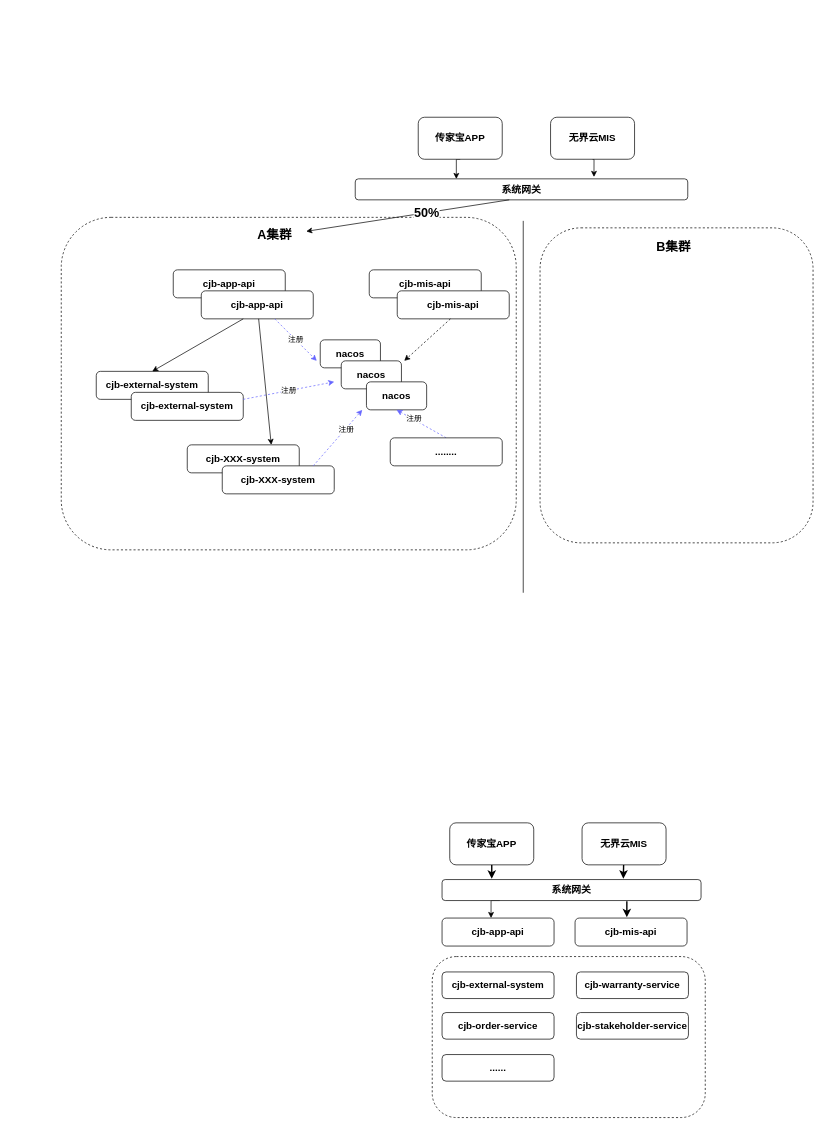
The draw.io diagram devops_cjb.drawio in jmy99527/chapter1, before the edit. Source tidied: cells renumbered, new cells numbered last; positions are measured from the earlier drawing's top-left corner, leaving out a move shared by most shapes. Both pictures are drawn from the tidied source at 70%, with x=0, y=0 at pixel (61, 117).
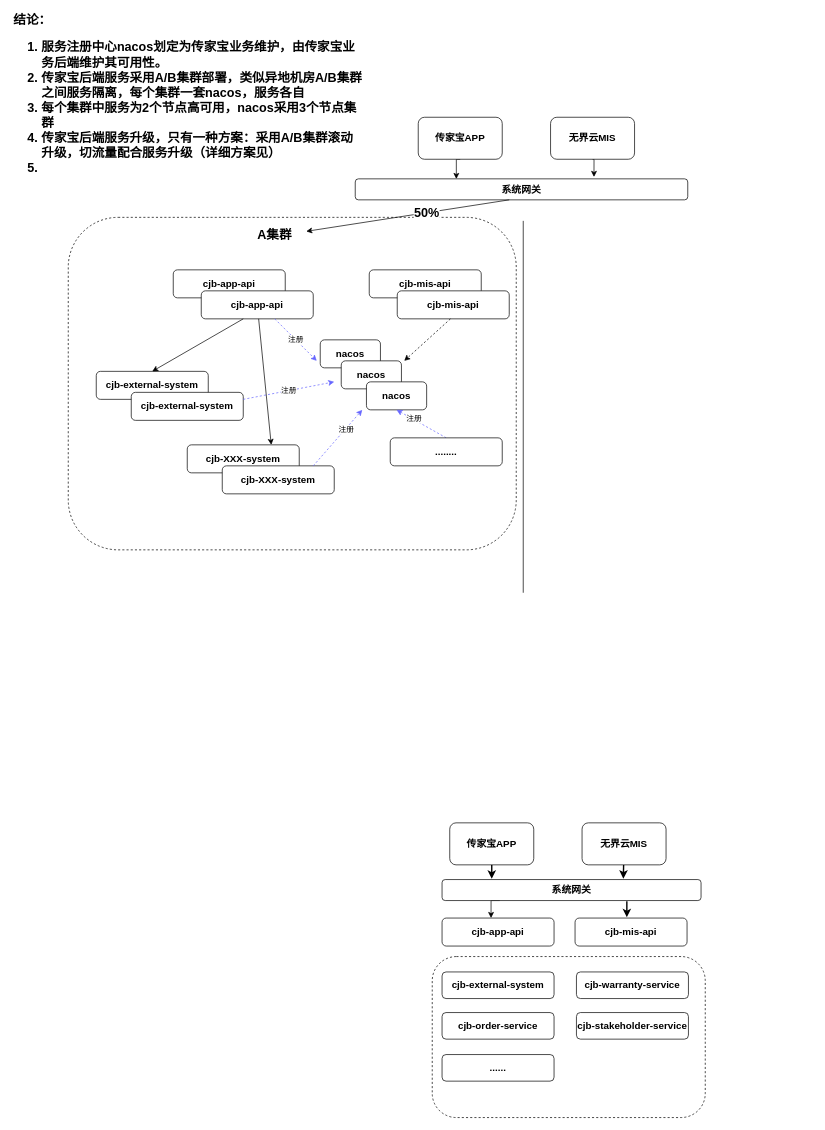
The same diagram, later.

What changed in the source:
```diff
@@
-    <mxCell id="2" value="&lt;span style=&quot;font-size: 14px&quot;&gt;&lt;b&gt;&lt;br&gt;&lt;/b&gt;&lt;/span&gt;" style="rounded=1;whiteSpace=wrap;html=1;dashed=1;" parent="1" vertex="1">
-      <mxGeometry x="684" y="158" width="390" height="450" as="geometry" />
-    </mxCell>
     <mxCell id="3" value="&lt;span style=&quot;font-size: 14px&quot;&gt;&lt;b&gt;&lt;br&gt;&lt;/b&gt;&lt;/span&gt;" style="rounded=1;whiteSpace=wrap;html=1;dashed=1;" parent="1" vertex="1">
-      <mxGeometry y="143" width="650" height="475" as="geometry" />
+      <mxGeometry x="10" y="143" width="640" height="475" as="geometry" />
     </mxCell>
@@
-    <mxCell id="25" value="&lt;b&gt;&lt;font style=&quot;font-size: 18px&quot;&gt;B集群&lt;/font&gt;&lt;/b&gt;" style="text;html=1;strokeColor=none;fillColor=none;align=center;verticalAlign=middle;whiteSpace=wrap;rounded=0;" parent="1" vertex="1">
-      <mxGeometry x="830" y="176" width="90" height="20" as="geometry" />
-    </mxCell>
@@
+    <mxCell id="56" value="&lt;b&gt;&lt;font style=&quot;font-size: 18px&quot;&gt;结论：&lt;br&gt;&lt;ol&gt;&lt;li&gt;&lt;b&gt;&lt;font style=&quot;font-size: 18px&quot;&gt;服务注册中心nacos划定为传家宝业务维护，由传家宝业务后端维护其可用性。&lt;/font&gt;&lt;/b&gt;&lt;/li&gt;&lt;li&gt;&lt;b&gt;&lt;font style=&quot;font-size: 18px&quot;&gt;传家宝后端服务采用A/B集群部署，类似异地机房A/B集群之间服务隔离，&lt;/font&gt;&lt;/b&gt;&lt;b&gt;每个集群一套nacos，服务各自&lt;/b&gt;&lt;/li&gt;&lt;li&gt;每个集群中服务为2个节点高可用，nacos采用3个节点集群&lt;/li&gt;&lt;li&gt;传家宝后端服务升级，只有一种方案：采用A/B集群滚动升级，切流量配合服务升级（详细方案见）&lt;/li&gt;&lt;li&gt;&lt;br&gt;&lt;/li&gt;&lt;/ol&gt;&lt;br&gt;&lt;/font&gt;&lt;/b&gt;" style="text;html=1;strokeColor=none;fillColor=none;align=left;verticalAlign=middle;whiteSpace=wrap;rounded=0;" parent="1" vertex="1">
+      <mxGeometry x="-70" y="-122" width="500" height="218" as="geometry" />
+    </mxCell>
```
